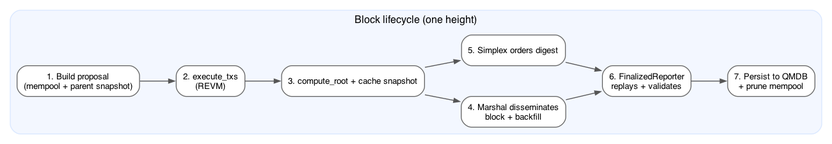
commonwarexyz/monorepo keeps this Graphviz diagram as examples/revm/docs/revm_block_lifecycle.png. Above is the earlier version. Its source is kept beside it as examples/revm/docs/revm_block_lifecycle.dot.
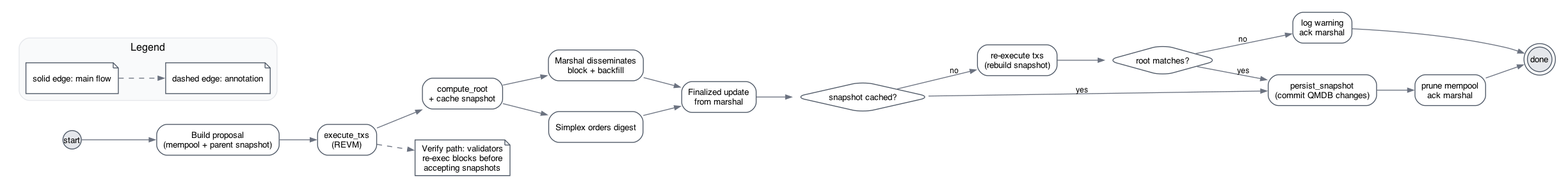
After the commit.

Commit message:
docs(revm): improve diagrams

Diff of the diagram source:
```diff
@@ -1,45 +1,72 @@
 digraph revm_block_lifecycle {
-  rankdir=LR;
-  splines=true;
-  nodesep=0.5;
-  ranksep=0.6;
-  fontname="Helvetica";
-  fontsize=12;
+  graph [
+    rankdir=LR,
+    bgcolor="white",
+    pad="0.2",
+    nodesep=0.5,
+    ranksep=0.6,
+    fontname="Helvetica",
+    fontsize=12
+  ];
 
   node [
     shape=box,
     style="rounded,filled",
     fillcolor="white",
-    color="#666666",
+    color="#4B5563",
     fontname="Helvetica",
     fontsize=10
   ];
   edge [
-    color="#555555",
+    color="#6B7280",
     fontname="Helvetica",
     fontsize=9,
     arrowsize=0.7
   ];
 
-  subgraph cluster_flow {
-    label="Block lifecycle (one height)";
+  Start[shape=circle, label="start", width=0.3, height=0.3, fixedsize=true, fillcolor="#E5E7EB"];
+  Done[shape=doublecircle, label="done", width=0.4, height=0.4, fixedsize=true, fillcolor="#E5E7EB"];
+
+  Propose[label="Build proposal\n(mempool + parent snapshot)"];
+  Exec[label="execute_txs\n(REVM)"];
+  Root[label="compute_root\n+ cache snapshot"];
+  Disseminate[label="Marshal disseminates\nblock + backfill"];
+  Order[label="Simplex orders digest"];
+
+  Finalized[label="Finalized update\nfrom marshal"];
+  HasSnapshot[shape=diamond, label="snapshot cached?"];
+  ReExec[label="re-execute txs\n(rebuild snapshot)"];
+  RootMatch[shape=diamond, label="root matches?"];
+  Persist[label="persist_snapshot\n(commit QMDB changes)"];
+  Prune[label="prune mempool\nack marshal"];
+  Reject[label="log warning\nack marshal"];
+
+  Start -> Propose -> Exec -> Root -> Disseminate;
+  Root -> Order;
+  Disseminate -> Finalized;
+  Order -> Finalized;
+
+  Finalized -> HasSnapshot;
+  HasSnapshot -> Persist [label="yes"];
+  HasSnapshot -> ReExec [label="no"];
+  ReExec -> RootMatch;
+  RootMatch -> Persist [label="yes"];
+  RootMatch -> Reject [label="no"];
+  Persist -> Prune -> Done;
+  Reject -> Done;
+
+  NoteVerify[shape=note, fillcolor="white", label="Verify path: validators\nre-exec blocks before\naccepting snapshots"];
+  Exec -> NoteVerify [style=dashed];
+
+  subgraph cluster_legend {
+    label="Legend";
     style="rounded,filled";
-    color="#D9E7FF";
-    fillcolor="#F3F7FF";
+    color="#E5E7EB";
+    fillcolor="#F9FAFB";
 
-    P1[label="1. Build proposal\n(mempool + parent snapshot)"];
-    P2[label="2. execute_txs\n(REVM)"];
-    P3[label="3. compute_root + cache snapshot"];
-    M1[label="4. Marshal disseminates\nblock + backfill"];
-    C1[label="5. Simplex orders digest"];
-    F1[label="6. FinalizedReporter\nreplays + validates"];
-    S1[label="7. Persist to QMDB\n+ prune mempool"];
+    LegendSolid[label="solid edge: main flow", shape=note, fillcolor="white"];
+    LegendDashed[label="dashed edge: annotation", shape=note, fillcolor="white"];
 
-    P1 -> P2 -> P3;
-    P3 -> M1;
-    P3 -> C1;
-    M1 -> F1;
-    C1 -> F1;
-    F1 -> S1;
+    LegendSolid -> LegendDashed [style=dashed];
   }
 }
```
